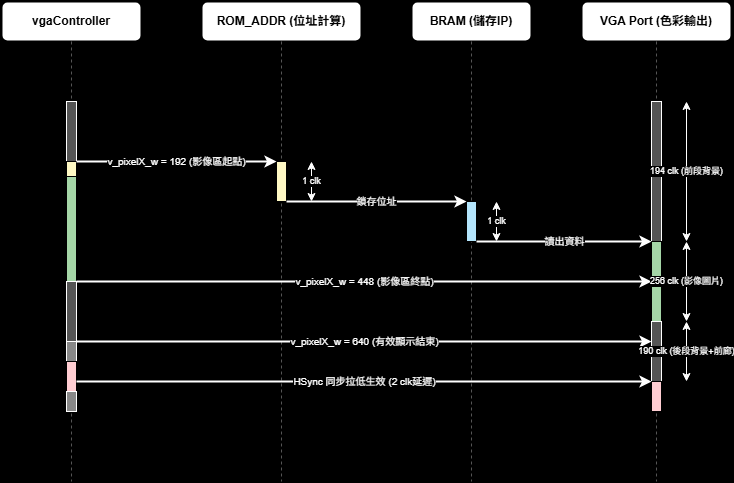
Before: 7/img/MSC.png, a diagram exported from draw.io (gordonpow/lab_hardware_test). Source tidied: cells renumbered, new cells last; positions are measured from the earlier drawing's top-left corner, leaving out a move shared by most shapes.
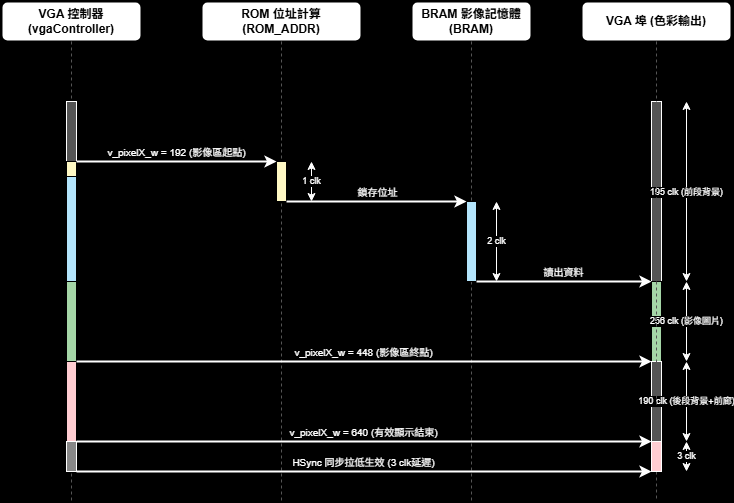
The same diagram one commit later.

What changed in the source:
```diff
@@ -2,36 +2,36 @@
   <root>
     <mxCell id="0" />
     <mxCell id="1" parent="0" />
-    <mxCell id="2" value="vgaController" style="rounded=1;whiteSpace=wrap;html=1;fillColor=#FFFFFF;strokeColor=#000000;strokeWidth=2;fontColor=#000000;fontStyle=1;align=center;" parent="1" vertex="1">
+    <mxCell id="2" value="VGA 控制器 (vgaController)" style="rounded=1;whiteSpace=wrap;html=1;fillColor=#FFFFFF;strokeColor=#000000;strokeWidth=2;fontColor=#000000;fontStyle=1;align=center;" parent="1" vertex="1">
       <mxGeometry width="140" height="40" as="geometry" />
     </mxCell>
-    <mxCell id="3" value="ROM_ADDR (位址計算)" style="rounded=1;whiteSpace=wrap;html=1;fillColor=#FFFFFF;strokeColor=#000000;strokeWidth=2;fontColor=#000000;fontStyle=1;align=center;" parent="1" vertex="1">
+    <mxCell id="3" value="ROM 位址計算 (ROM_ADDR)" style="rounded=1;whiteSpace=wrap;html=1;fillColor=#FFFFFF;strokeColor=#000000;strokeWidth=2;fontColor=#000000;fontStyle=1;align=center;" parent="1" vertex="1">
       <mxGeometry x="200" width="160" height="40" as="geometry" />
     </mxCell>
-    <mxCell id="4" value="BRAM (儲存IP)" style="rounded=1;whiteSpace=wrap;html=1;fillColor=#FFFFFF;strokeColor=#000000;strokeWidth=2;fontColor=#000000;fontStyle=1;align=center;" parent="1" vertex="1">
+    <mxCell id="4" value="BRAM 影像記憶體 (BRAM)" style="rounded=1;whiteSpace=wrap;html=1;fillColor=#FFFFFF;strokeColor=#000000;strokeWidth=2;fontColor=#000000;fontStyle=1;align=center;" parent="1" vertex="1">
       <mxGeometry x="410" width="120" height="40" as="geometry" />
     </mxCell>
-    <mxCell id="5" value="VGA Port (色彩輸出)" style="rounded=1;whiteSpace=wrap;html=1;fillColor=#FFFFFF;strokeColor=#000000;strokeWidth=2;fontColor=#000000;fontStyle=1;align=center;" parent="1" vertex="1">
+    <mxCell id="5" value="VGA 埠 (色彩輸出)" style="rounded=1;whiteSpace=wrap;html=1;fillColor=#FFFFFF;strokeColor=#000000;strokeWidth=2;fontColor=#000000;fontStyle=1;align=center;" parent="1" vertex="1">
       <mxGeometry x="580" width="150" height="40" as="geometry" />
     </mxCell>
     <mxCell id="6" style="edgeStyle=none;rounded=0;html=1;dashed=1;strokeColor=#555555;strokeWidth=1;endArrow=none;startArrow=none;" parent="1" edge="1" source="2">
       <mxGeometry relative="1" as="geometry">
-        <mxPoint x="70" y="480" as="targetPoint" />
+        <mxPoint x="70" y="500" as="targetPoint" />
       </mxGeometry>
     </mxCell>
     <mxCell id="7" style="edgeStyle=none;rounded=0;html=1;dashed=1;strokeColor=#555555;strokeWidth=1;endArrow=none;startArrow=none;" parent="1" edge="1" source="3">
       <mxGeometry relative="1" as="geometry">
-        <mxPoint x="280" y="480" as="targetPoint" />
+        <mxPoint x="280" y="500" as="targetPoint" />
       </mxGeometry>
     </mxCell>
     <mxCell id="8" style="edgeStyle=none;rounded=0;html=1;dashed=1;strokeColor=#555555;strokeWidth=1;endArrow=none;startArrow=none;" parent="1" edge="1" source="4">
       <mxGeometry relative="1" as="geometry">
-        <mxPoint x="470" y="480" as="targetPoint" />
+        <mxPoint x="470" y="500" as="targetPoint" />
       </mxGeometry>
     </mxCell>
-    <mxCell id="9" style="edgeStyle=none;rounded=0;html=1;dashed=1;strokeColor=#555555;strokeWidth=1;endArrow=none;startArrow=none;" parent="1" edge="1" source="5">
+    <mxCell id="9" style="edgeStyle=none;rounded=0;html=1;dashed=1;strokeColor=#555555;strokeWidth=1;endArrow=none;startArrow=none;" parent="1" edge="1" source="22">
       <mxGeometry relative="1" as="geometry">
-        <mxPoint x="655" y="480" as="targetPoint" />
+        <mxPoint x="655" y="500" as="targetPoint" />
       </mxGeometry>
     </mxCell>
     <mxCell id="10" style="rounded=0;whiteSpace=wrap;html=1;fillColor=#555555;strokeColor=#FFFFFF;strokeWidth=1;" parent="1" vertex="1">
@@ -40,73 +40,67 @@
     <mxCell id="11" style="rounded=0;whiteSpace=wrap;html=1;fillColor=#FFF9C4;strokeColor=#000000;strokeWidth=1;" parent="1" vertex="1">
       <mxGeometry x="65" y="160" width="10" height="15" as="geometry" />
     </mxCell>
-    <mxCell id="12" style="rounded=0;whiteSpace=wrap;html=1;fillColor=#A5D6A7;strokeColor=#000000;strokeWidth=1;" parent="1" vertex="1">
+    <mxCell id="12" style="rounded=0;whiteSpace=wrap;html=1;fillColor=#B3E5FC;strokeColor=#000000;strokeWidth=1;" parent="1" vertex="1">
       <mxGeometry x="65" y="175" width="10" height="105" as="geometry" />
     </mxCell>
-    <mxCell id="13" style="rounded=0;whiteSpace=wrap;html=1;fillColor=#555555;strokeColor=#FFFFFF;strokeWidth=1;" parent="1" vertex="1">
-      <mxGeometry x="65" y="280" width="10" height="60" as="geometry" />
+    <mxCell id="13" style="rounded=0;whiteSpace=wrap;html=1;fillColor=#A5D6A7;strokeColor=#000000;strokeWidth=1;" parent="1" vertex="1">
+      <mxGeometry x="65" y="280" width="10" height="80" as="geometry" />
     </mxCell>
-    <mxCell id="14" style="rounded=0;whiteSpace=wrap;html=1;fillColor=#888888;strokeColor=#FFFFFF;strokeWidth=1;" parent="1" vertex="1">
-      <mxGeometry x="65" y="340" width="10" height="20" as="geometry" />
+    <mxCell id="14" style="rounded=0;whiteSpace=wrap;html=1;fillColor=#FFCDD2;strokeColor=#000000;strokeWidth=1;" parent="1" vertex="1">
+      <mxGeometry x="65" y="360" width="10" height="80" as="geometry" />
     </mxCell>
-    <mxCell id="15" style="rounded=0;whiteSpace=wrap;html=1;fillColor=#FFCDD2;strokeColor=#000000;strokeWidth=1;" parent="1" vertex="1">
-      <mxGeometry x="65" y="360" width="10" height="30" as="geometry" />
+    <mxCell id="15" style="rounded=0;whiteSpace=wrap;html=1;fillColor=#888888;strokeColor=#FFFFFF;strokeWidth=1;" parent="1" vertex="1">
+      <mxGeometry x="65" y="440" width="10" height="30" as="geometry" />
     </mxCell>
-    <mxCell id="16" style="rounded=0;whiteSpace=wrap;html=1;fillColor=#888888;strokeColor=#FFFFFF;strokeWidth=1;" parent="1" vertex="1">
-      <mxGeometry x="65" y="390" width="10" height="20" as="geometry" />
-    </mxCell>
     <mxCell id="17" style="rounded=0;whiteSpace=wrap;html=1;fillColor=#FFF9C4;strokeColor=#000000;strokeWidth=1;" parent="1" vertex="1">
       <mxGeometry x="275" y="160" width="10" height="40" as="geometry" />
     </mxCell>
     <mxCell id="18" style="rounded=0;whiteSpace=wrap;html=1;fillColor=#B3E5FC;strokeColor=#000000;strokeWidth=1;" parent="1" vertex="1">
-      <mxGeometry x="465" y="200" width="10" height="40" as="geometry" />
+      <mxGeometry x="465" y="200" width="10" height="80" as="geometry" />
     </mxCell>
     <mxCell id="19" style="rounded=0;whiteSpace=wrap;html=1;fillColor=#555555;strokeColor=#FFFFFF;strokeWidth=1;" parent="1" vertex="1">
-      <mxGeometry x="650" y="100" width="10" height="140" as="geometry" />
+      <mxGeometry x="650" y="100" width="10" height="180" as="geometry" />
     </mxCell>
     <mxCell id="20" style="rounded=0;whiteSpace=wrap;html=1;fillColor=#A5D6A7;strokeColor=#000000;strokeWidth=1;" parent="1" vertex="1">
-      <mxGeometry x="650" y="240" width="10" height="80" as="geometry" />
+      <mxGeometry x="650" y="280" width="10" height="80" as="geometry" />
     </mxCell>
     <mxCell id="21" style="rounded=0;whiteSpace=wrap;html=1;fillColor=#555555;strokeColor=#FFFFFF;strokeWidth=1;" parent="1" vertex="1">
-      <mxGeometry x="650" y="320" width="10" height="60" as="geometry" />
+      <mxGeometry x="650" y="360" width="10" height="80" as="geometry" />
     </mxCell>
-    <mxCell id="22" style="rounded=0;whiteSpace=wrap;html=1;fillColor=#FFCDD2;strokeColor=#000000;strokeWidth=1;" parent="1" vertex="1">
-      <mxGeometry x="650" y="380" width="10" height="30" as="geometry" />
-    </mxCell>
-    <mxCell id="23" value="v_pixelX_w = 192 (影像區起點)" style="edgeStyle=orthogonalEdgeStyle;rounded=0;html=1;exitX=1;exitY=0;entryX=0;entryY=0;strokeColor=#FFFFFF;strokeWidth=2;fontColor=#FFFFFF;labelBackgroundColor=#000000;fontSize=10;" parent="1" edge="1">
+    <mxCell id="23" value="v_pixelX_w = 192 (影像區起點)" style="edgeStyle=none;rounded=0;html=1;strokeColor=#FFFFFF;strokeWidth=2;fontColor=#FFFFFF;verticalAlign=bottom;labelBackgroundColor=none;fontSize=10;" parent="1" edge="1">
       <mxGeometry relative="1" as="geometry">
         <mxPoint x="75" y="160" as="sourcePoint" />
         <mxPoint x="275" y="160" as="targetPoint" />
       </mxGeometry>
     </mxCell>
-    <mxCell id="24" value="鎖存位址" style="edgeStyle=orthogonalEdgeStyle;rounded=0;html=1;strokeColor=#FFFFFF;strokeWidth=2;fontColor=#FFFFFF;labelBackgroundColor=#000000;fontSize=10;" parent="1" edge="1">
+    <mxCell id="24" value="鎖存位址" style="edgeStyle=none;rounded=0;html=1;strokeColor=#FFFFFF;strokeWidth=2;fontColor=#FFFFFF;verticalAlign=bottom;labelBackgroundColor=none;fontSize=10;" parent="1" edge="1">
       <mxGeometry relative="1" as="geometry">
         <mxPoint x="285" y="200" as="sourcePoint" />
         <mxPoint x="465" y="200" as="targetPoint" />
       </mxGeometry>
     </mxCell>
-    <mxCell id="25" value="讀出資料" style="edgeStyle=orthogonalEdgeStyle;rounded=0;html=1;strokeColor=#FFFFFF;strokeWidth=2;fontColor=#FFFFFF;labelBackgroundColor=#000000;fontSize=10;" parent="1" edge="1">
+    <mxCell id="25" value="讀出資料" style="edgeStyle=none;rounded=0;html=1;strokeColor=#FFFFFF;strokeWidth=2;fontColor=#FFFFFF;verticalAlign=bottom;labelBackgroundColor=none;fontSize=10;" parent="1" edge="1">
       <mxGeometry relative="1" as="geometry">
-        <mxPoint x="475" y="240" as="sourcePoint" />
-        <mxPoint x="650" y="240" as="targetPoint" />
+        <mxPoint x="475" y="280" as="sourcePoint" />
+        <mxPoint x="650" y="280" as="targetPoint" />
       </mxGeometry>
     </mxCell>
-    <mxCell id="26" value="v_pixelX_w = 448 (影像區終點)" style="edgeStyle=orthogonalEdgeStyle;rounded=0;html=1;strokeColor=#FFFFFF;strokeWidth=2;fontColor=#FFFFFF;labelBackgroundColor=#000000;fontSize=10;" parent="1" edge="1">
+    <mxCell id="26" value="v_pixelX_w = 448 (影像區終點)" style="edgeStyle=none;rounded=0;html=1;strokeColor=#FFFFFF;strokeWidth=2;fontColor=#FFFFFF;verticalAlign=bottom;labelBackgroundColor=none;fontSize=10;" parent="1" edge="1">
       <mxGeometry relative="1" as="geometry">
-        <mxPoint x="75" y="280" as="sourcePoint" />
-        <mxPoint x="650" y="280" as="targetPoint" />
+        <mxPoint x="75" y="360" as="sourcePoint" />
+        <mxPoint x="650" y="360" as="targetPoint" />
       </mxGeometry>
     </mxCell>
-    <mxCell id="27" value="v_pixelX_w = 640 (有效顯示結束)" style="edgeStyle=orthogonalEdgeStyle;rounded=0;html=1;strokeColor=#FFFFFF;strokeWidth=2;fontColor=#FFFFFF;labelBackgroundColor=#000000;fontSize=10;" parent="1" edge="1">
+    <mxCell id="27" value="v_pixelX_w = 640 (有效顯示結束)" style="edgeStyle=none;rounded=0;html=1;strokeColor=#FFFFFF;strokeWidth=2;fontColor=#FFFFFF;verticalAlign=bottom;labelBackgroundColor=none;fontSize=10;" parent="1" edge="1">
       <mxGeometry relative="1" as="geometry">
-        <mxPoint x="75" y="340" as="sourcePoint" />
-        <mxPoint x="650" y="340" as="targetPoint" />
+        <mxPoint x="75" y="440" as="sourcePoint" />
+        <mxPoint x="650" y="440" as="targetPoint" />
       </mxGeometry>
     </mxCell>
-    <mxCell id="28" value="HSync 同步拉低生效 (2 clk延遲)" style="edgeStyle=orthogonalEdgeStyle;rounded=0;html=1;strokeColor=#FFFFFF;strokeWidth=2;fontColor=#FFFFFF;labelBackgroundColor=#000000;fontSize=10;" parent="1" edge="1">
+    <mxCell id="28" value="HSync 同步拉低生效 (3 clk延遲)" style="edgeStyle=none;rounded=0;html=1;strokeColor=#FFFFFF;strokeWidth=2;fontColor=#FFFFFF;verticalAlign=bottom;labelBackgroundColor=none;fontSize=10;" parent="1" edge="1">
       <mxGeometry relative="1" as="geometry">
-        <mxPoint x="75" y="380" as="sourcePoint" />
-        <mxPoint x="650" y="380" as="targetPoint" />
+        <mxPoint x="75" y="470" as="sourcePoint" />
+        <mxPoint x="650" y="470" as="targetPoint" />
       </mxGeometry>
     </mxCell>
     <mxCell id="29" value="1 clk" style="edgeStyle=none;rounded=0;html=1;strokeColor=#FFFFFF;strokeWidth=1;endArrow=classic;startArrow=classic;fontColor=#FFFFFF;fontSize=9;labelBackgroundColor=#000000;" parent="1" edge="1">
@@ -115,29 +109,41 @@
         <mxPoint x="310" y="200" as="targetPoint" />
       </mxGeometry>
     </mxCell>
-    <mxCell id="30" value="1 clk" style="edgeStyle=none;rounded=0;html=1;strokeColor=#FFFFFF;strokeWidth=1;endArrow=classic;startArrow=classic;fontColor=#FFFFFF;fontSize=9;labelBackgroundColor=#000000;" parent="1" edge="1">
+    <mxCell id="30" value="2 clk" style="edgeStyle=none;rounded=0;html=1;strokeColor=#FFFFFF;strokeWidth=1;endArrow=classic;startArrow=classic;fontColor=#FFFFFF;fontSize=9;labelBackgroundColor=#000000;" parent="1" edge="1">
       <mxGeometry relative="1" as="geometry">
         <mxPoint x="495" y="200" as="sourcePoint" />
-        <mxPoint x="495" y="240" as="targetPoint" />
+        <mxPoint x="495" y="280" as="targetPoint" />
       </mxGeometry>
     </mxCell>
-    <mxCell id="31" value="194 clk (前段背景)" style="edgeStyle=none;rounded=0;html=1;strokeColor=#FFFFFF;strokeWidth=1;endArrow=classic;startArrow=classic;fontColor=#FFFFFF;fontSize=9;labelBackgroundColor=#000000;" parent="1" edge="1">
+    <mxCell id="31" value="195 clk (前段背景)" style="edgeStyle=none;rounded=0;html=1;strokeColor=#FFFFFF;strokeWidth=1;endArrow=classic;startArrow=classic;fontColor=#FFFFFF;fontSize=9;labelBackgroundColor=#000000;" parent="1" edge="1">
       <mxGeometry relative="1" as="geometry">
         <mxPoint x="685" y="100" as="sourcePoint" />
-        <mxPoint x="685" y="240" as="targetPoint" />
+        <mxPoint x="685" y="280" as="targetPoint" />
       </mxGeometry>
     </mxCell>
     <mxCell id="32" value="256 clk (影像圖片)" style="edgeStyle=none;rounded=0;html=1;strokeColor=#FFFFFF;strokeWidth=1;endArrow=classic;startArrow=classic;fontColor=#FFFFFF;fontSize=9;labelBackgroundColor=#000000;" parent="1" edge="1">
       <mxGeometry relative="1" as="geometry">
-        <mxPoint x="685" y="240" as="sourcePoint" />
-        <mxPoint x="685" y="320" as="targetPoint" />
+        <mxPoint x="685" y="280" as="sourcePoint" />
+        <mxPoint x="685" y="360" as="targetPoint" />
       </mxGeometry>
     </mxCell>
     <mxCell id="33" value="190 clk (後段背景+前廊)" style="edgeStyle=none;rounded=0;html=1;strokeColor=#FFFFFF;strokeWidth=1;endArrow=classic;startArrow=classic;fontColor=#FFFFFF;fontSize=9;labelBackgroundColor=#000000;" parent="1" edge="1">
       <mxGeometry relative="1" as="geometry">
-        <mxPoint x="685" y="320" as="sourcePoint" />
-        <mxPoint x="685" y="380" as="targetPoint" />
+        <mxPoint x="685" y="360" as="sourcePoint" />
+        <mxPoint x="685" y="440" as="targetPoint" />
       </mxGeometry>
     </mxCell>
+    <mxCell id="34" value="3 clk" style="edgeStyle=none;rounded=0;html=1;strokeColor=#FFFFFF;strokeWidth=1;endArrow=classic;startArrow=classic;fontColor=#FFFFFF;fontSize=9;labelBackgroundColor=#000000;" parent="1" edge="1">
+      <mxGeometry relative="1" as="geometry">
+        <mxPoint x="685" y="440" as="sourcePoint" />
+        <mxPoint x="685" y="470" as="targetPoint" />
+      </mxGeometry>
+    </mxCell>
+    <mxCell id="35" style="edgeStyle=none;rounded=0;html=1;dashed=1;strokeColor=#555555;strokeWidth=1;endArrow=none;startArrow=none;" parent="1" edge="1" source="5" target="22">
+      <mxGeometry relative="1" as="geometry" />
+    </mxCell>
+    <mxCell id="22" style="rounded=0;whiteSpace=wrap;html=1;fillColor=#FFCDD2;strokeColor=#FFFFFF;strokeWidth=1;" parent="1" vertex="1">
+      <mxGeometry x="650" y="440" width="10" height="30" as="geometry" />
+    </mxCell>
   </root>
 </mxGraphModel>
```
